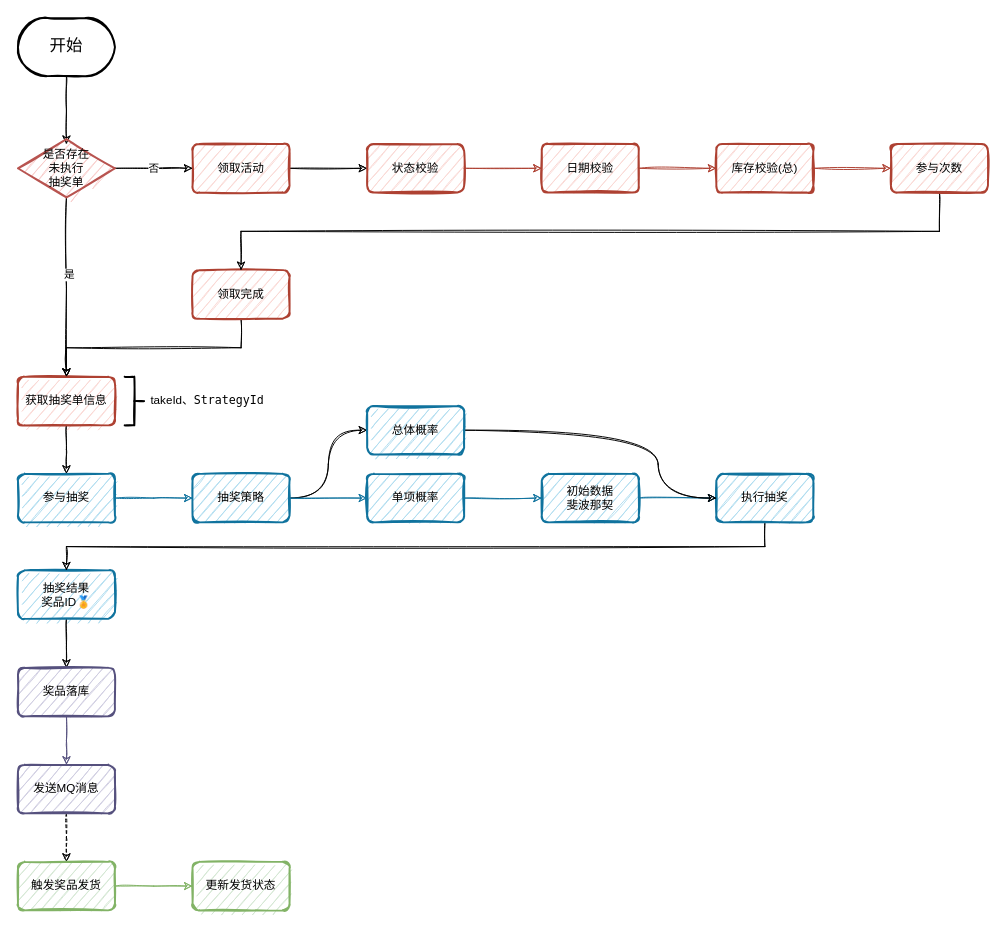
The draw.io diagram doc/assets/visio/抽奖系统.drawio in mudexuyan/lottery, before the edit. Source tidied: cells renumbered, new cells numbered last; positions are measured from the earlier drawing's top-left corner, leaving out a move shared by most shapes. Both pictures are drawn from the tidied source at 97%, with x=0, y=0 at pixel (17, 17).
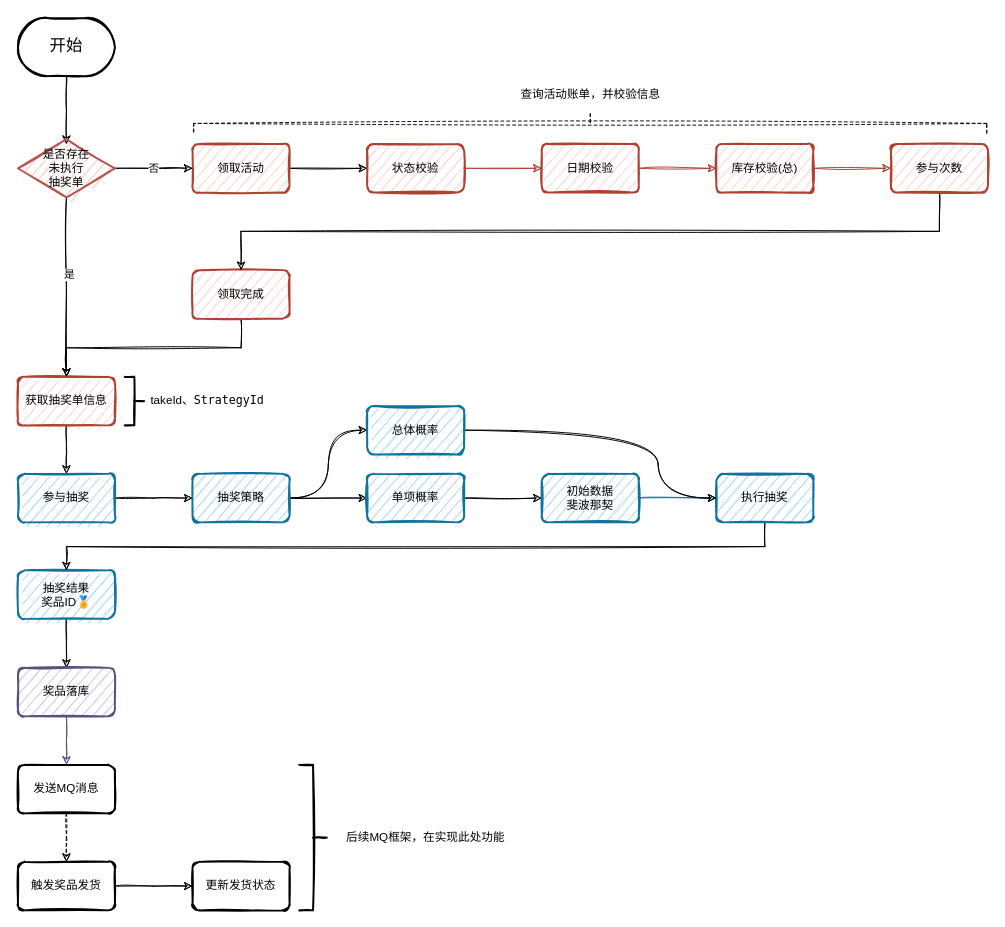
The same page after the edit.

Unchanged cells that the change refers to:
```xml
<mxCell id="11" value="参与抽奖" style="rounded=1;whiteSpace=wrap;html=1;absoluteArcSize=1;arcSize=14;strokeWidth=2;sketch=1;fillColor=#b1ddf0;strokeColor=#10739e;" parent="1" vertex="1">
  <mxGeometry y="470" width="100" height="50" as="geometry" />
</mxCell>
<mxCell id="23" value="抽奖策略" style="rounded=1;whiteSpace=wrap;html=1;absoluteArcSize=1;arcSize=14;strokeWidth=2;sketch=1;fillColor=#b1ddf0;strokeColor=#10739e;" parent="1" vertex="1">
  <mxGeometry x="180" y="470" width="100" height="50" as="geometry" />
</mxCell>
<mxCell id="25" value="单项概率" style="rounded=1;whiteSpace=wrap;html=1;absoluteArcSize=1;arcSize=14;strokeWidth=2;sketch=1;fillColor=#b1ddf0;strokeColor=#10739e;" parent="1" vertex="1">
  <mxGeometry x="360" y="470" width="100" height="50" as="geometry" />
</mxCell>
<mxCell id="27" value="初始数据&lt;br&gt;斐波那契" style="rounded=1;whiteSpace=wrap;html=1;absoluteArcSize=1;arcSize=14;strokeWidth=2;sketch=1;fillColor=#b1ddf0;strokeColor=#10739e;" parent="1" vertex="1">
  <mxGeometry x="540" y="470" width="100" height="50" as="geometry" />
</mxCell>
```

Diff of the diagram source:
```diff
@@
-    <mxCell id="10" style="edgeStyle=elbowEdgeStyle;rounded=0;sketch=1;jettySize=auto;elbow=vertical;html=1;fillColor=#b1ddf0;strokeColor=#10739e;" parent="1" edge="1" source="11" target="23">
+    <mxCell id="10" style="edgeStyle=elbowEdgeStyle;rounded=0;sketch=1;jettySize=auto;elbow=vertical;html=1;fillColor=#b1ddf0;" parent="1" edge="1" source="11" target="23">
       <mxGeometry relative="1" as="geometry" />
     </mxCell>
@@
-    <mxCell id="17" value="发送MQ消息" style="rounded=1;whiteSpace=wrap;html=1;absoluteArcSize=1;arcSize=14;strokeWidth=2;sketch=1;fillColor=#d0cee2;strokeColor=#56517e;" parent="1" vertex="1">
+    <mxCell id="17" value="发送MQ消息" style="rounded=1;whiteSpace=wrap;html=1;absoluteArcSize=1;arcSize=14;strokeWidth=2;sketch=1;" parent="1" vertex="1">
       <mxGeometry y="770" width="100" height="50" as="geometry" />
     </mxCell>
-    <mxCell id="18" style="edgeStyle=elbowEdgeStyle;rounded=0;sketch=1;jettySize=auto;elbow=vertical;html=1;fillColor=#d5e8d4;strokeColor=#82b366;" parent="1" edge="1" source="19" target="20">
+    <mxCell id="18" style="edgeStyle=elbowEdgeStyle;rounded=0;sketch=1;jettySize=auto;elbow=vertical;html=1;fillColor=#d5e8d4;" parent="1" edge="1" source="19" target="20">
       <mxGeometry relative="1" as="geometry" />
     </mxCell>
-    <mxCell id="19" value="触发奖品发货" style="rounded=1;whiteSpace=wrap;html=1;absoluteArcSize=1;arcSize=14;strokeWidth=2;sketch=1;fillColor=#d5e8d4;strokeColor=#82b366;" parent="1" vertex="1">
+    <mxCell id="19" value="触发奖品发货" style="rounded=1;whiteSpace=wrap;html=1;absoluteArcSize=1;arcSize=14;strokeWidth=2;sketch=1;" parent="1" vertex="1">
       <mxGeometry y="870" width="100" height="50" as="geometry" />
     </mxCell>
-    <mxCell id="20" value="更新发货状态" style="rounded=1;whiteSpace=wrap;html=1;absoluteArcSize=1;arcSize=14;strokeWidth=2;sketch=1;fillColor=#d5e8d4;strokeColor=#82b366;" parent="1" vertex="1">
+    <mxCell id="20" value="更新发货状态" style="rounded=1;whiteSpace=wrap;html=1;absoluteArcSize=1;arcSize=14;strokeWidth=2;sketch=1;" parent="1" vertex="1">
       <mxGeometry x="180" y="870" width="100" height="50" as="geometry" />
     </mxCell>
@@
-    <mxCell id="22" style="edgeStyle=none;rounded=0;sketch=1;jettySize=auto;html=1;exitX=1;exitY=0.5;exitDx=0;exitDy=0;fillColor=#b1ddf0;strokeColor=#10739e;" parent="1" edge="1" source="23" target="25">
+    <mxCell id="22" style="edgeStyle=none;rounded=0;sketch=1;jettySize=auto;html=1;exitX=1;exitY=0.5;exitDx=0;exitDy=0;fillColor=#b1ddf0;" parent="1" edge="1" source="23" target="25">
       <mxGeometry relative="1" as="geometry" />
     </mxCell>
@@
-    <mxCell id="24" style="edgeStyle=none;rounded=0;sketch=1;jettySize=auto;html=1;fillColor=#b1ddf0;strokeColor=#10739e;" parent="1" edge="1" source="25" target="27">
+    <mxCell id="24" style="edgeStyle=none;rounded=0;sketch=1;jettySize=auto;html=1;fillColor=#b1ddf0;" parent="1" edge="1" source="25" target="27">
       <mxGeometry relative="1" as="geometry" />
     </mxCell>
@@
+    <mxCell id="46" style="strokeWidth=1;html=1;shape=mxgraph.flowchart.annotation_2;align=left;labelPosition=right;sketch=1;gradientColor=none;rotation=90;dashed=1;" parent="1" vertex="1">
+      <mxGeometry x="580" y="-300" width="20" height="817.5" as="geometry" />
+    </mxCell>
+    <mxCell id="47" value="查询活动账单，并校验信息" style="text;html=1;align=center;verticalAlign=middle;" parent="1" vertex="1">
+      <mxGeometry x="510" y="69" width="160" height="20" as="geometry" />
+    </mxCell>
+    <mxCell id="48" style="strokeWidth=2;html=1;shape=mxgraph.flowchart.annotation_2;align=left;labelPosition=right;sketch=1;gradientColor=none;rotation=-180;" parent="1" vertex="1">
+      <mxGeometry x="290" y="770" width="28.4" height="150" as="geometry" />
+    </mxCell>
+    <mxCell id="49" value="后续MQ框架，在实现此处功能" style="text;html=1;align=center;verticalAlign=middle;" parent="1" vertex="1">
+      <mxGeometry x="330" y="835" width="180" height="20" as="geometry" />
+    </mxCell>
```
